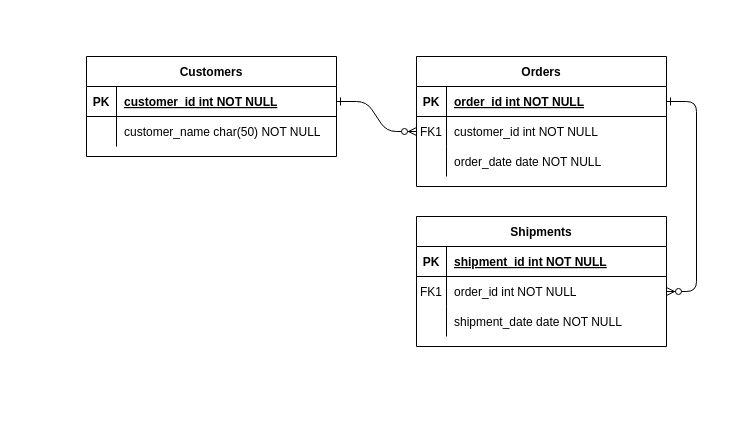
Before: Untitled Diagram.drawio in JohnMwanyika/ProjectManagerApp, a draw.io diagram. Source tidied: cells renumbered, new cells numbered last; positions are measured from the earlier drawing's top-left corner, leaving out a move shared by most shapes. Both pictures are drawn from the tidied source at 100%, with x=0, y=0 at pixel (86, 56).
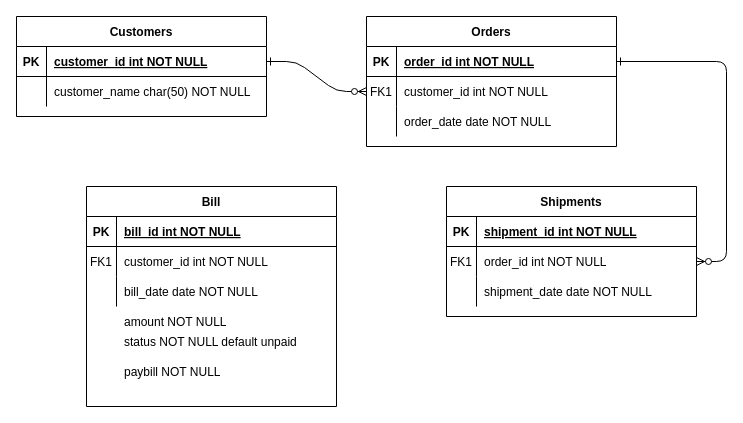
After the change.

What changed in the source:
```diff
@@
     <mxCell id="4" value="Orders" style="shape=table;startSize=30;childLayout=tableLayout;rowLines=0;fontStyle=1;align=center;" parent="1" vertex="1">
-      <mxGeometry x="330" width="250" height="130" as="geometry" />
+      <mxGeometry x="280" y="-40" width="250" height="130" as="geometry" />
     </mxCell>
@@
     <mxCell id="14" value="Shipments" style="shape=table;startSize=30;childLayout=tableLayout;rowLines=0;fontStyle=1;align=center;" parent="1" vertex="1">
-      <mxGeometry x="330" y="160" width="250" height="130" as="geometry" />
+      <mxGeometry x="360" y="130" width="250" height="130" as="geometry" />
     </mxCell>
@@
     <mxCell id="24" value="Customers" style="shape=table;startSize=30;childLayout=tableLayout;rowLines=0;fontStyle=1;align=center;" parent="1" vertex="1">
-      <mxGeometry width="250" height="100" as="geometry" />
+      <mxGeometry x="-70" y="-40" width="250" height="100" as="geometry" />
     </mxCell>
@@
+    <mxCell id="31" value="Bill" style="shape=table;startSize=30;childLayout=tableLayout;rowLines=0;fontStyle=1;align=center;" parent="1" vertex="1">
+      <mxGeometry y="130" width="250" height="220" as="geometry" />
+    </mxCell>
+    <mxCell id="32" style="shape=partialRectangle;fillColor=none;top=0;left=0;right=0;bottom=1;" parent="31" vertex="1">
+      <mxGeometry y="30" width="250" height="30" as="geometry" />
+    </mxCell>
+    <mxCell id="33" value="PK" style="shape=partialRectangle;overflow=hidden;fillColor=none;top=0;left=0;bottom=0;right=0;fontStyle=1;" parent="32" vertex="1">
+      <mxGeometry width="30" height="30" as="geometry" />
+    </mxCell>
+    <mxCell id="34" value="bill_id int NOT NULL " style="shape=partialRectangle;overflow=hidden;fillColor=none;top=0;left=0;bottom=0;right=0;align=left;spacingLeft=6;fontStyle=5;" parent="32" vertex="1">
+      <mxGeometry x="30" width="220" height="30" as="geometry" />
+    </mxCell>
+    <mxCell id="35" style="shape=partialRectangle;fillColor=none;top=0;left=0;right=0;bottom=0;" parent="31" vertex="1">
+      <mxGeometry y="60" width="250" height="30" as="geometry" />
+    </mxCell>
+    <mxCell id="36" value="FK1" style="shape=partialRectangle;overflow=hidden;fillColor=none;top=0;left=0;bottom=0;right=0;" parent="35" vertex="1">
+      <mxGeometry width="30" height="30" as="geometry" />
+    </mxCell>
+    <mxCell id="37" value="customer_id int NOT NULL" style="shape=partialRectangle;overflow=hidden;fillColor=none;top=0;left=0;bottom=0;right=0;align=left;spacingLeft=6;" parent="35" vertex="1">
+      <mxGeometry x="30" width="220" height="30" as="geometry" />
+    </mxCell>
+    <mxCell id="38" style="shape=partialRectangle;fillColor=none;top=0;left=0;right=0;bottom=0;" parent="31" vertex="1">
+      <mxGeometry y="90" width="250" height="30" as="geometry" />
+    </mxCell>
+    <mxCell id="39" style="shape=partialRectangle;overflow=hidden;fillColor=none;top=0;left=0;bottom=0;right=0;" parent="38" vertex="1">
+      <mxGeometry width="30" height="30" as="geometry" />
+    </mxCell>
+    <mxCell id="40" value="bill_date date NOT NULL" style="shape=partialRectangle;overflow=hidden;fillColor=none;top=0;left=0;bottom=0;right=0;align=left;spacingLeft=6;" parent="38" vertex="1">
+      <mxGeometry x="30" width="220" height="30" as="geometry" />
+    </mxCell>
+    <mxCell id="41" value="amount NOT NULL" style="shape=partialRectangle;overflow=hidden;fillColor=none;top=0;left=0;bottom=0;right=0;align=left;spacingLeft=6;" parent="1" vertex="1">
+      <mxGeometry x="30" y="250" width="220" height="30" as="geometry" />
+    </mxCell>
+    <mxCell id="42" value="status NOT NULL default unpaid" style="shape=partialRectangle;overflow=hidden;fillColor=none;top=0;left=0;bottom=0;right=0;align=left;spacingLeft=6;" parent="1" vertex="1">
+      <mxGeometry x="30" y="270" width="220" height="30" as="geometry" />
+    </mxCell>
+    <mxCell id="43" value="paybill NOT NULL" style="shape=partialRectangle;overflow=hidden;fillColor=none;top=0;left=0;bottom=0;right=0;align=left;spacingLeft=6;" parent="1" vertex="1">
+      <mxGeometry x="30" y="300" width="220" height="30" as="geometry" />
+    </mxCell>
```
